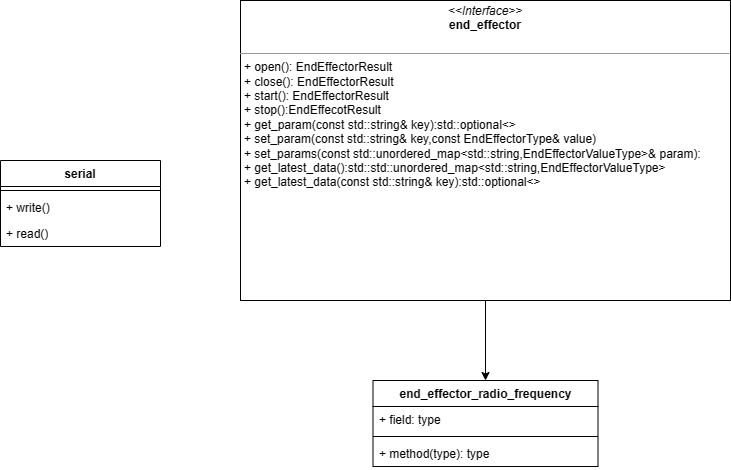
Earlier version of the draw.io export 理疗/理疗头类图.drawio.png (Durpe/Drawio). Source tidied: cells renumbered, new cells last; positions are measured from the earlier drawing's top-left corner, leaving out a move shared by most shapes.
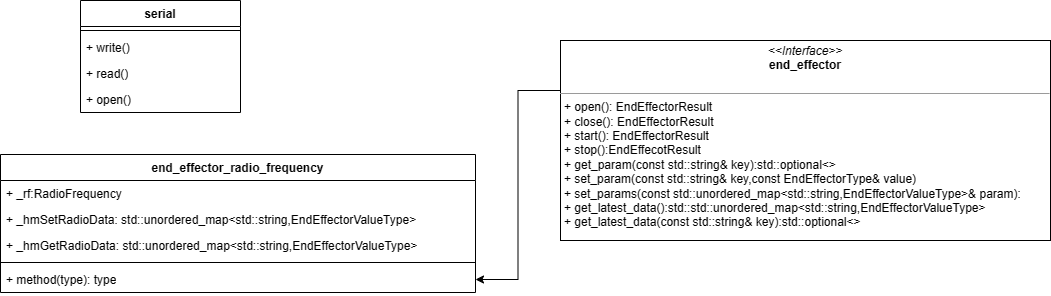
After the change.

Commit message:
更新理疗头类图.drawio.png

Change to the diagram source:
```diff
@@ -3,7 +3,7 @@
     <mxCell id="0" />
     <mxCell id="1" parent="0" />
     <mxCell id="2" value="serial" style="swimlane;fontStyle=1;align=center;verticalAlign=top;horizontal=1;startSize=26;whiteSpace=wrap;html=1;" parent="1" vertex="1">
-      <mxGeometry y="160" width="160" height="86" as="geometry" />
+      <mxGeometry x="40" y="280" width="160" height="112" as="geometry" />
     </mxCell>
     <mxCell id="3" style="line;strokeWidth=1;fillColor=none;align=left;verticalAlign=middle;spacingTop=-1;spacingLeft=3;spacingRight=3;labelPosition=right;strokeColor=inherit;" parent="2" vertex="1">
       <mxGeometry y="26" width="160" height="8" as="geometry" />
@@ -14,23 +14,32 @@
     <mxCell id="5" value="+ read()" style="text;strokeColor=none;fillColor=none;align=left;verticalAlign=top;spacingLeft=4;spacingRight=4;overflow=hidden;whiteSpace=wrap;html=1;" parent="2" vertex="1">
       <mxGeometry y="60" width="160" height="26" as="geometry" />
     </mxCell>
+    <mxCell id="12" value="+ open()" style="text;strokeColor=none;fillColor=none;align=left;verticalAlign=top;spacingLeft=4;spacingRight=4;overflow=hidden;whiteSpace=wrap;html=1;" parent="2" vertex="1">
+      <mxGeometry y="86" width="160" height="26" as="geometry" />
+    </mxCell>
     <mxCell id="6" value="end_effector_radio_frequency" style="swimlane;fontStyle=1;align=center;verticalAlign=top;horizontal=1;startSize=26;whiteSpace=wrap;html=1;" parent="1" vertex="1">
-      <mxGeometry x="372.5" y="380" width="225" height="86" as="geometry" />
+      <mxGeometry x="-40" y="434" width="475" height="138" as="geometry" />
     </mxCell>
-    <mxCell id="7" value="+ field: type" style="text;strokeColor=none;fillColor=none;align=left;verticalAlign=top;spacingLeft=4;spacingRight=4;overflow=hidden;whiteSpace=wrap;html=1;" parent="6" vertex="1">
-      <mxGeometry y="26" width="225" height="26" as="geometry" />
+    <mxCell id="7" value="+ _rf:RadioFrequency" style="text;strokeColor=none;fillColor=none;align=left;verticalAlign=top;spacingLeft=4;spacingRight=4;overflow=hidden;whiteSpace=wrap;html=1;" parent="6" vertex="1">
+      <mxGeometry y="26" width="475" height="26" as="geometry" />
     </mxCell>
+    <mxCell id="13" value="+ _hmSetRadioData: std::unordered_map&amp;lt;std::string,EndEffectorValueType&amp;gt;" style="text;strokeColor=none;fillColor=none;align=left;verticalAlign=top;spacingLeft=4;spacingRight=4;overflow=hidden;whiteSpace=wrap;html=1;" parent="6" vertex="1">
+      <mxGeometry y="52" width="475" height="26" as="geometry" />
+    </mxCell>
+    <mxCell id="14" value="+ _hmGetRadioData: std::unordered_map&amp;lt;std::string,EndEffectorValueType&amp;gt;" style="text;strokeColor=none;fillColor=none;align=left;verticalAlign=top;spacingLeft=4;spacingRight=4;overflow=hidden;whiteSpace=wrap;html=1;" parent="6" vertex="1">
+      <mxGeometry y="78" width="475" height="26" as="geometry" />
+    </mxCell>
     <mxCell id="8" style="line;strokeWidth=1;fillColor=none;align=left;verticalAlign=middle;spacingTop=-1;spacingLeft=3;spacingRight=3;labelPosition=right;strokeColor=inherit;" parent="6" vertex="1">
-      <mxGeometry y="52" width="225" height="8" as="geometry" />
+      <mxGeometry y="104" width="475" height="8" as="geometry" />
     </mxCell>
     <mxCell id="9" value="+ method(type): type" style="text;strokeColor=none;fillColor=none;align=left;verticalAlign=top;spacingLeft=4;spacingRight=4;overflow=hidden;points=[[0,0.5],[1,0.5]];portConstraint=eastwest;whiteSpace=wrap;html=1;" parent="6" vertex="1">
-      <mxGeometry y="60" width="225" height="26" as="geometry" />
+      <mxGeometry y="112" width="475" height="26" as="geometry" />
     </mxCell>
-    <mxCell id="10" style="edgeStyle=orthogonalEdgeStyle;rounded=0;jettySize=auto;html=1;exitX=0.5;exitY=1;exitDx=0;exitDy=0;entryX=0.5;entryY=0;entryDx=0;entryDy=0;" parent="1" edge="1" source="11" target="6">
-      <mxGeometry relative="1" as="geometry" />
-    </mxCell>
+    <mxCell id="15" style="edgeStyle=orthogonalEdgeStyle;rounded=0;jettySize=auto;html=1;exitX=0;exitY=0.25;exitDx=0;exitDy=0;entryX=1;entryY=0.5;entryDx=0;entryDy=0;" parent="1" edge="1" source="11" target="9">
+      <mxGeometry relative="1" as="geometry" />
+    </mxCell>
     <mxCell id="11" value="&lt;p style=&quot;margin:0px;margin-top:4px;text-align:center;&quot;&gt;&lt;i&gt;&amp;lt;&amp;lt;Interface&amp;gt;&amp;gt;&lt;/i&gt;&lt;br&gt;&lt;b&gt;end_effector&lt;/b&gt;&lt;/p&gt;&lt;p style=&quot;margin:0px;margin-left:4px;&quot;&gt;&lt;br&gt;&lt;/p&gt;&lt;hr size=&quot;1&quot;&gt;&lt;p style=&quot;margin:0px;margin-left:4px;&quot;&gt;+ open(): EndEffectorResult&lt;br&gt;+ close(): EndEffectorResult&lt;/p&gt;&lt;p style=&quot;margin:0px;margin-left:4px;&quot;&gt;+ start(): EndEffectorResult&lt;/p&gt;&lt;p style=&quot;margin:0px;margin-left:4px;&quot;&gt;+ stop():EndEffecotResult&lt;/p&gt;&lt;p style=&quot;margin:0px;margin-left:4px;&quot;&gt;+ get_param(const std::string&amp;amp; key):std::optional&amp;lt;&amp;gt;&lt;/p&gt;&lt;p style=&quot;margin:0px;margin-left:4px;&quot;&gt;+ set_param(const std::string&amp;amp; key,const EndEffectorType&amp;amp; value)&lt;/p&gt;&lt;p style=&quot;margin:0px;margin-left:4px;&quot;&gt;+ set_params(const std::unordered_map&amp;lt;std::string,EndEffectorValueType&amp;gt;&amp;amp; param):&lt;/p&gt;&lt;p style=&quot;margin:0px;margin-left:4px;&quot;&gt;+ get_latest_data():std::std::unordered_map&amp;lt;std::string,EndEffectorValueType&amp;gt;&lt;/p&gt;&lt;p style=&quot;margin:0px;margin-left:4px;&quot;&gt;+ get_latest_data(const std::string&amp;amp; key):std::optional&amp;lt;&amp;gt;&lt;/p&gt;" style="verticalAlign=top;align=left;overflow=fill;fontSize=12;fontFamily=Helvetica;html=1;whiteSpace=wrap;" parent="1" vertex="1">
-      <mxGeometry x="240" width="490" height="300" as="geometry" />
+      <mxGeometry x="520" y="320" width="490" height="200" as="geometry" />
     </mxCell>
   </root>
 </mxGraphModel>
```
